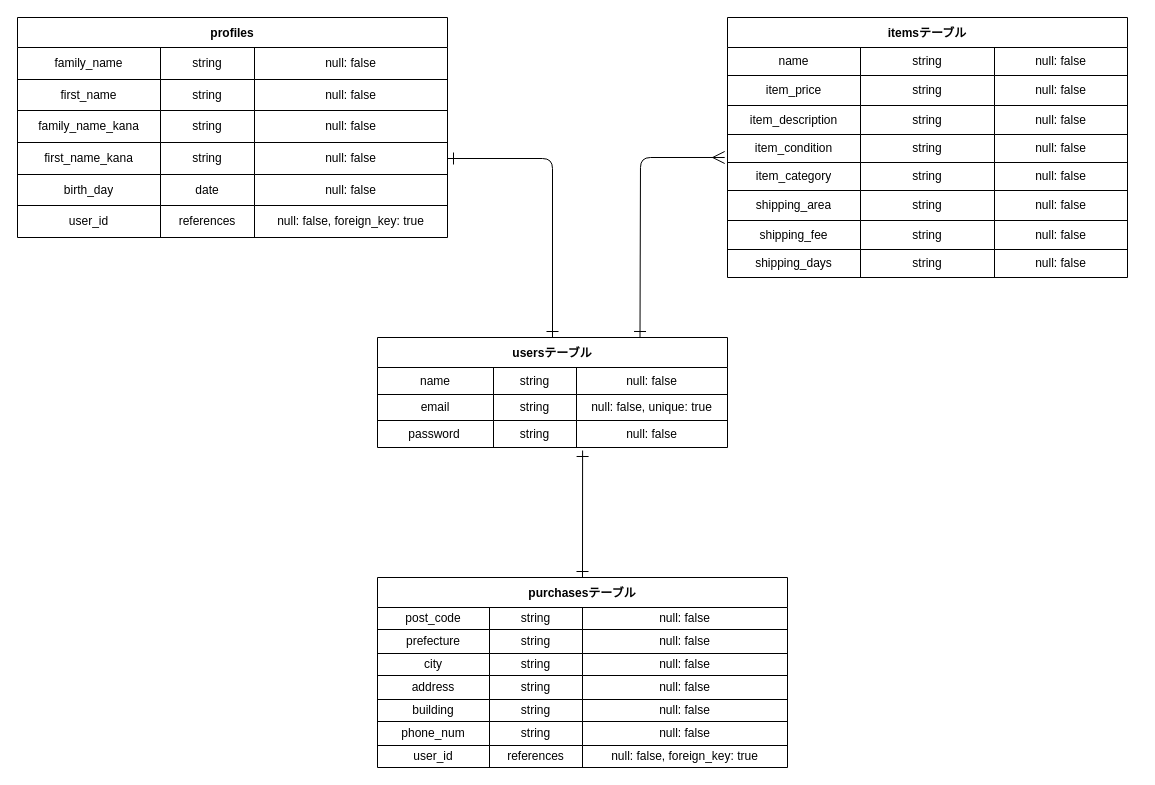
Earlier version of the draw.io diagram furima-37294.dio (ysd-hrkz/furima-37294). Source tidied: cells renumbered, new cells numbered last; positions are measured from the earlier drawing's top-left corner, leaving out a move shared by most shapes. Both pictures are drawn from the tidied source at 100%, with x=0, y=0 at pixel (17, 17).
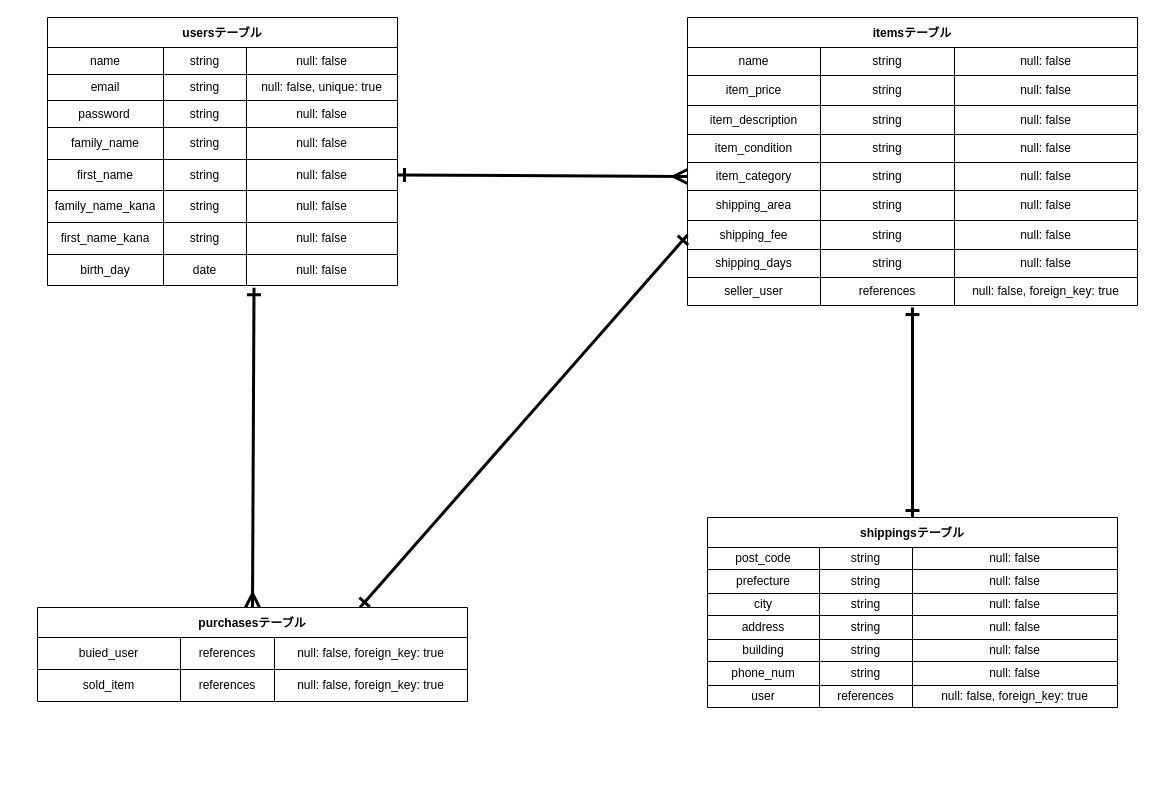
After the change.

Commit message (it also covers changes not shown here):
DB設計、ER図修正

The change refers to these unchanged cells:
```xml
<mxCell id="13" style="shape=partialRectangle;html=1;whiteSpace=wrap;fillColor=none;top=0;left=0;bottom=0;right=0;points=[[0,0.5],[1,0.5]];portConstraint=eastwest;" parent="4" vertex="1">
  <mxGeometry y="83" width="350" height="27" as="geometry" />
</mxCell>
<mxCell id="101" style="shape=partialRectangle;html=1;whiteSpace=wrap;fillColor=none;top=0;left=0;bottom=0;right=0;" parent="76" vertex="1">
  <mxGeometry y="168" width="410" height="22" as="geometry" />
</mxCell>
```

Change to the diagram source:
```diff
@@
-    <mxCell id="2" style="edgeStyle=none;html=1;exitX=0.75;exitY=0;exitDx=0;exitDy=0;entryX=-0.007;entryY=0.821;entryDx=0;entryDy=0;entryPerimeter=0;startArrow=ERone;startFill=0;endArrow=ERmany;endFill=0;strokeWidth=1;endSize=10;startSize=10;" parent="1" edge="1" source="4" target="55">
-      <mxGeometry relative="1" as="geometry">
-        <Array as="points">
-          <mxPoint x="623" y="140" />
-        </Array>
-      </mxGeometry>
-    </mxCell>
-    <mxCell id="3" style="edgeStyle=none;html=1;exitX=0.5;exitY=0;exitDx=0;exitDy=0;entryX=1;entryY=0.5;entryDx=0;entryDy=0;startArrow=ERone;startFill=0;endArrow=ERone;endFill=0;strokeWidth=1;endSize=10;startSize=10;" parent="1" edge="1" source="4" target="30">
-      <mxGeometry relative="1" as="geometry">
-        <Array as="points">
-          <mxPoint x="535" y="141" />
-        </Array>
-      </mxGeometry>
-    </mxCell>
     <mxCell id="4" value="usersテーブル" style="shape=table;startSize=30;childLayout=tableLayout;fontStyle=1;align=center;" parent="1" vertex="1">
-      <mxGeometry x="360" y="320" width="350" height="110" as="geometry" />
+      <mxGeometry x="30" width="350" height="268" as="geometry" />
     </mxCell>
@@
-    <mxCell id="17" value="profiles" style="shape=table;startSize=30;childLayout=tableLayout;fontStyle=1;align=center;" parent="1" vertex="1">
-      <mxGeometry width="430" height="220" as="geometry" />
-    </mxCell>
-    <mxCell id="18" style="shape=partialRectangle;html=1;whiteSpace=wrap;fillColor=none;top=0;left=0;bottom=0;right=0;" parent="17" vertex="1">
-      <mxGeometry y="30" width="430" height="32" as="geometry" />
+    <mxCell id="18" style="shape=partialRectangle;html=1;whiteSpace=wrap;fillColor=none;top=0;left=0;bottom=0;right=0;" parent="4" vertex="1">
+      <mxGeometry y="110" width="350" height="32" as="geometry" />
     </mxCell>
     <mxCell id="19" value="family_name" style="shape=partialRectangle;html=1;whiteSpace=wrap;fillColor=none;top=0;left=0;bottom=0;right=0;overflow=hidden;" parent="18" vertex="1">
-      <mxGeometry width="143" height="32" as="geometry" />
+      <mxGeometry width="116" height="32" as="geometry" />
     </mxCell>
     <mxCell id="20" value="string" style="shape=partialRectangle;html=1;whiteSpace=wrap;fillColor=none;top=0;left=0;bottom=0;right=0;overflow=hidden;" parent="18" vertex="1">
-      <mxGeometry x="143" width="94" height="32" as="geometry" />
+      <mxGeometry x="116" width="83" height="32" as="geometry" />
     </mxCell>
     <mxCell id="21" value="null: false" style="shape=partialRectangle;html=1;whiteSpace=wrap;fillColor=none;top=0;left=0;bottom=0;right=0;overflow=hidden;" parent="18" vertex="1">
-      <mxGeometry x="237" width="193" height="32" as="geometry" />
+      <mxGeometry x="199" width="151" height="32" as="geometry" />
     </mxCell>
-    <mxCell id="22" style="shape=partialRectangle;html=1;whiteSpace=wrap;fillColor=none;top=0;left=0;bottom=0;right=0;points=[[0,0.5],[1,0.5]];portConstraint=eastwest;" parent="17" vertex="1">
-      <mxGeometry y="62" width="430" height="31" as="geometry" />
+    <mxCell id="22" style="shape=partialRectangle;html=1;whiteSpace=wrap;fillColor=none;top=0;left=0;bottom=0;right=0;points=[[0,0.5],[1,0.5]];portConstraint=eastwest;" parent="4" vertex="1">
+      <mxGeometry y="142" width="350" height="31" as="geometry" />
     </mxCell>
     <mxCell id="23" value="first_name" style="shape=partialRectangle;html=1;whiteSpace=wrap;fillColor=none;top=0;left=0;bottom=0;right=0;overflow=hidden;" parent="22" vertex="1">
-      <mxGeometry width="143" height="31" as="geometry" />
+      <mxGeometry width="116" height="31" as="geometry" />
     </mxCell>
     <mxCell id="24" value="string" style="shape=partialRectangle;html=1;whiteSpace=wrap;fillColor=none;top=0;left=0;bottom=0;right=0;overflow=hidden;" parent="22" vertex="1">
-      <mxGeometry x="143" width="94" height="31" as="geometry" />
+      <mxGeometry x="116" width="83" height="31" as="geometry" />
     </mxCell>
     <mxCell id="25" value="&lt;span&gt;null: false&lt;/span&gt;" style="shape=partialRectangle;html=1;whiteSpace=wrap;fillColor=none;top=0;left=0;bottom=0;right=0;overflow=hidden;" parent="22" vertex="1">
-      <mxGeometry x="237" width="193" height="31" as="geometry" />
+      <mxGeometry x="199" width="151" height="31" as="geometry" />
     </mxCell>
-    <mxCell id="26" style="shape=partialRectangle;html=1;whiteSpace=wrap;fillColor=none;top=0;left=0;bottom=0;right=0;" parent="17" vertex="1">
-      <mxGeometry y="93" width="430" height="32" as="geometry" />
+    <mxCell id="26" style="shape=partialRectangle;html=1;whiteSpace=wrap;fillColor=none;top=0;left=0;bottom=0;right=0;" parent="4" vertex="1">
+      <mxGeometry y="173" width="350" height="32" as="geometry" />
     </mxCell>
     <mxCell id="27" value="family_name_kana" style="shape=partialRectangle;html=1;whiteSpace=wrap;fillColor=none;top=0;left=0;bottom=0;right=0;overflow=hidden;" parent="26" vertex="1">
-      <mxGeometry width="143" height="32" as="geometry" />
+      <mxGeometry width="116" height="32" as="geometry" />
     </mxCell>
     <mxCell id="28" value="string" style="shape=partialRectangle;html=1;whiteSpace=wrap;fillColor=none;top=0;left=0;bottom=0;right=0;overflow=hidden;" parent="26" vertex="1">
-      <mxGeometry x="143" width="94" height="32" as="geometry" />
+      <mxGeometry x="116" width="83" height="32" as="geometry" />
     </mxCell>
     <mxCell id="29" value="&lt;span&gt;null: false&lt;/span&gt;" style="shape=partialRectangle;html=1;whiteSpace=wrap;fillColor=none;top=0;left=0;bottom=0;right=0;overflow=hidden;" parent="26" vertex="1">
-      <mxGeometry x="237" width="193" height="32" as="geometry" />
+      <mxGeometry x="199" width="151" height="32" as="geometry" />
     </mxCell>
-    <mxCell id="30" style="shape=partialRectangle;html=1;whiteSpace=wrap;fillColor=none;top=0;left=0;bottom=0;right=0;points=[[0,0.5],[1,0.5]];portConstraint=eastwest;" parent="17" vertex="1">
-      <mxGeometry y="125" width="430" height="32" as="geometry" />
+    <mxCell id="30" style="shape=partialRectangle;html=1;whiteSpace=wrap;fillColor=none;top=0;left=0;bottom=0;right=0;points=[[0,0.5],[1,0.5]];portConstraint=eastwest;" parent="4" vertex="1">
+      <mxGeometry y="205" width="350" height="32" as="geometry" />
     </mxCell>
     <mxCell id="31" value="first_name_kana" style="shape=partialRectangle;html=1;whiteSpace=wrap;fillColor=none;top=0;left=0;bottom=0;right=0;overflow=hidden;" parent="30" vertex="1">
-      <mxGeometry width="143" height="32" as="geometry" />
+      <mxGeometry width="116" height="32" as="geometry" />
     </mxCell>
     <mxCell id="32" value="string" style="shape=partialRectangle;html=1;whiteSpace=wrap;fillColor=none;top=0;left=0;bottom=0;right=0;overflow=hidden;" parent="30" vertex="1">
-      <mxGeometry x="143" width="94" height="32" as="geometry" />
+      <mxGeometry x="116" width="83" height="32" as="geometry" />
     </mxCell>
     <mxCell id="33" value="&lt;span&gt;null: false&lt;/span&gt;" style="shape=partialRectangle;html=1;whiteSpace=wrap;fillColor=none;top=0;left=0;bottom=0;right=0;overflow=hidden;" parent="30" vertex="1">
-      <mxGeometry x="237" width="193" height="32" as="geometry" />
+      <mxGeometry x="199" width="151" height="32" as="geometry" />
     </mxCell>
-    <mxCell id="34" style="shape=partialRectangle;html=1;whiteSpace=wrap;fillColor=none;top=0;left=0;bottom=0;right=0;points=[[0,0.5],[1,0.5]];portConstraint=eastwest;" parent="17" vertex="1">
-      <mxGeometry y="157" width="430" height="31" as="geometry" />
+    <mxCell id="34" style="shape=partialRectangle;html=1;whiteSpace=wrap;fillColor=none;top=0;left=0;bottom=0;right=0;points=[[0,0.5],[1,0.5]];portConstraint=eastwest;" parent="4" vertex="1">
+      <mxGeometry y="237" width="350" height="31" as="geometry" />
     </mxCell>
     <mxCell id="35" value="birth_day" style="shape=partialRectangle;html=1;whiteSpace=wrap;fillColor=none;top=0;left=0;bottom=0;right=0;overflow=hidden;" parent="34" vertex="1">
-      <mxGeometry width="143" height="31" as="geometry" />
+      <mxGeometry width="116" height="31" as="geometry" />
     </mxCell>
     <mxCell id="36" value="date" style="shape=partialRectangle;html=1;whiteSpace=wrap;fillColor=none;top=0;left=0;bottom=0;right=0;overflow=hidden;" parent="34" vertex="1">
-      <mxGeometry x="143" width="94" height="31" as="geometry" />
+      <mxGeometry x="116" width="83" height="31" as="geometry" />
     </mxCell>
     <mxCell id="37" value="&lt;span&gt;null: false&lt;/span&gt;" style="shape=partialRectangle;html=1;whiteSpace=wrap;fillColor=none;top=0;left=0;bottom=0;right=0;overflow=hidden;" parent="34" vertex="1">
-      <mxGeometry x="237" width="193" height="31" as="geometry" />
+      <mxGeometry x="199" width="151" height="31" as="geometry" />
     </mxCell>
-    <mxCell id="38" style="shape=partialRectangle;html=1;whiteSpace=wrap;fillColor=none;top=0;left=0;bottom=0;right=0;" parent="17" vertex="1">
-      <mxGeometry y="188" width="430" height="32" as="geometry" />
-    </mxCell>
-    <mxCell id="39" value="user_id" style="shape=partialRectangle;html=1;whiteSpace=wrap;fillColor=none;top=0;left=0;bottom=0;right=0;overflow=hidden;" parent="38" vertex="1">
-      <mxGeometry width="143" height="32" as="geometry" />
-    </mxCell>
-    <mxCell id="40" value="references" style="shape=partialRectangle;html=1;whiteSpace=wrap;fillColor=none;top=0;left=0;bottom=0;right=0;overflow=hidden;" parent="38" vertex="1">
-      <mxGeometry x="143" width="94" height="32" as="geometry" />
-    </mxCell>
-    <mxCell id="41" value="&lt;span&gt;null: false, foreign_key: true&lt;/span&gt;" style="shape=partialRectangle;html=1;whiteSpace=wrap;fillColor=none;top=0;left=0;bottom=0;right=0;overflow=hidden;" parent="38" vertex="1">
-      <mxGeometry x="237" width="193" height="32" as="geometry" />
-    </mxCell>
+    <mxCell id="105" style="edgeStyle=none;html=1;exitX=0.5;exitY=0;exitDx=0;exitDy=0;entryX=0.59;entryY=1.075;entryDx=0;entryDy=0;entryPerimeter=0;startArrow=ERmany;startFill=0;endArrow=ERone;endFill=0;startSize=10;endSize=10;sourcePerimeterSpacing=10;targetPerimeterSpacing=10;strokeWidth=3;" parent="1" edge="1" source="17" target="34">
+      <mxGeometry relative="1" as="geometry" />
+    </mxCell>
+    <mxCell id="106" style="edgeStyle=none;html=1;exitX=0.75;exitY=0;exitDx=0;exitDy=0;entryX=0;entryY=0.5;entryDx=0;entryDy=0;startArrow=ERone;startFill=0;endArrow=ERone;endFill=0;startSize=10;endSize=10;sourcePerimeterSpacing=10;targetPerimeterSpacing=10;strokeWidth=3;" parent="1" edge="1" source="17" target="67">
+      <mxGeometry relative="1" as="geometry" />
+    </mxCell>
+    <mxCell id="17" value="purchasesテーブル" style="shape=table;startSize=30;childLayout=tableLayout;fontStyle=1;align=center;" parent="1" vertex="1">
+      <mxGeometry x="20" y="590" width="430" height="94" as="geometry" />
+    </mxCell>
+    <mxCell id="107" style="shape=partialRectangle;html=1;whiteSpace=wrap;fillColor=none;top=0;left=0;bottom=0;right=0;" parent="17" vertex="1">
+      <mxGeometry y="30" width="430" height="32" as="geometry" />
+    </mxCell>
+    <mxCell id="108" value="buied_user" style="shape=partialRectangle;html=1;whiteSpace=wrap;fillColor=none;top=0;left=0;bottom=0;right=0;overflow=hidden;" parent="107" vertex="1">
+      <mxGeometry width="143" height="32" as="geometry" />
+    </mxCell>
+    <mxCell id="109" value="references" style="shape=partialRectangle;html=1;whiteSpace=wrap;fillColor=none;top=0;left=0;bottom=0;right=0;overflow=hidden;" parent="107" vertex="1">
+      <mxGeometry x="143" width="94" height="32" as="geometry" />
+    </mxCell>
+    <mxCell id="110" value="&lt;span&gt;null: false, foreign_key: true&lt;/span&gt;" style="shape=partialRectangle;html=1;whiteSpace=wrap;fillColor=none;top=0;left=0;bottom=0;right=0;overflow=hidden;" parent="107" vertex="1">
+      <mxGeometry x="237" width="193" height="32" as="geometry" />
+    </mxCell>
+    <mxCell id="111" style="shape=partialRectangle;html=1;whiteSpace=wrap;fillColor=none;top=0;left=0;bottom=0;right=0;" parent="17" vertex="1">
+      <mxGeometry y="62" width="430" height="32" as="geometry" />
+    </mxCell>
+    <mxCell id="112" value="sold_item" style="shape=partialRectangle;html=1;whiteSpace=wrap;fillColor=none;top=0;left=0;bottom=0;right=0;overflow=hidden;" parent="111" vertex="1">
+      <mxGeometry width="143" height="32" as="geometry" />
+    </mxCell>
+    <mxCell id="113" value="references" style="shape=partialRectangle;html=1;whiteSpace=wrap;fillColor=none;top=0;left=0;bottom=0;right=0;overflow=hidden;" parent="111" vertex="1">
+      <mxGeometry x="143" width="94" height="32" as="geometry" />
+    </mxCell>
+    <mxCell id="114" value="&lt;span&gt;null: false, foreign_key: true&lt;/span&gt;" style="shape=partialRectangle;html=1;whiteSpace=wrap;fillColor=none;top=0;left=0;bottom=0;right=0;overflow=hidden;" parent="111" vertex="1">
+      <mxGeometry x="237" width="193" height="32" as="geometry" />
+    </mxCell>
     <mxCell id="42" value="itemsテーブル" style="shape=table;startSize=30;childLayout=tableLayout;fontStyle=1;align=center;" parent="1" vertex="1">
-      <mxGeometry x="710" width="400" height="260" as="geometry" />
+      <mxGeometry x="670" width="450" height="288" as="geometry" />
     </mxCell>
     <mxCell id="43" style="shape=partialRectangle;html=1;whiteSpace=wrap;fillColor=none;top=0;left=0;bottom=0;right=0;" parent="42" vertex="1">
-      <mxGeometry y="30" width="400" height="28" as="geometry" />
+      <mxGeometry y="30" width="450" height="28" as="geometry" />
     </mxCell>
@@
     <mxCell id="46" value="null: false" style="shape=partialRectangle;html=1;whiteSpace=wrap;fillColor=none;top=0;left=0;bottom=0;right=0;overflow=hidden;" parent="43" vertex="1">
-      <mxGeometry x="267" width="133" height="28" as="geometry" />
+      <mxGeometry x="267" width="183" height="28" as="geometry" />
     </mxCell>
     <mxCell id="47" style="shape=partialRectangle;html=1;whiteSpace=wrap;fillColor=none;top=0;left=0;bottom=0;right=0;" parent="42" vertex="1">
-      <mxGeometry y="58" width="400" height="30" as="geometry" />
+      <mxGeometry y="58" width="450" height="30" as="geometry" />
     </mxCell>
@@
     <mxCell id="50" value="&lt;span&gt;null: false&lt;/span&gt;" style="shape=partialRectangle;html=1;whiteSpace=wrap;fillColor=none;top=0;left=0;bottom=0;right=0;overflow=hidden;" parent="47" vertex="1">
-      <mxGeometry x="267" width="133" height="30" as="geometry" />
+      <mxGeometry x="267" width="183" height="30" as="geometry" />
     </mxCell>
     <mxCell id="51" style="shape=partialRectangle;html=1;whiteSpace=wrap;fillColor=none;top=0;left=0;bottom=0;right=0;" parent="42" vertex="1">
-      <mxGeometry y="88" width="400" height="29" as="geometry" />
+      <mxGeometry y="88" width="450" height="29" as="geometry" />
     </mxCell>
@@
     <mxCell id="54" value="&lt;span&gt;null: false&lt;/span&gt;" style="shape=partialRectangle;html=1;whiteSpace=wrap;fillColor=none;top=0;left=0;bottom=0;right=0;overflow=hidden;" parent="51" vertex="1">
-      <mxGeometry x="267" width="133" height="29" as="geometry" />
+      <mxGeometry x="267" width="183" height="29" as="geometry" />
     </mxCell>
     <mxCell id="55" style="shape=partialRectangle;html=1;whiteSpace=wrap;fillColor=none;top=0;left=0;bottom=0;right=0;points=[[0,0.5],[1,0.5]];portConstraint=eastwest;" parent="42" vertex="1">
-      <mxGeometry y="117" width="400" height="28" as="geometry" />
+      <mxGeometry y="117" width="450" height="28" as="geometry" />
     </mxCell>
@@
     <mxCell id="58" value="&lt;span&gt;null: false&lt;/span&gt;" style="shape=partialRectangle;html=1;whiteSpace=wrap;fillColor=none;top=0;left=0;bottom=0;right=0;overflow=hidden;" parent="55" vertex="1">
-      <mxGeometry x="267" width="133" height="28" as="geometry" />
+      <mxGeometry x="267" width="183" height="28" as="geometry" />
     </mxCell>
     <mxCell id="59" style="shape=partialRectangle;html=1;whiteSpace=wrap;fillColor=none;top=0;left=0;bottom=0;right=0;points=[[0,0.5],[1,0.5]];portConstraint=eastwest;" parent="42" vertex="1">
-      <mxGeometry y="145" width="400" height="28" as="geometry" />
+      <mxGeometry y="145" width="450" height="28" as="geometry" />
     </mxCell>
@@
     <mxCell id="62" value="&lt;span&gt;null: false&lt;/span&gt;" style="shape=partialRectangle;html=1;whiteSpace=wrap;fillColor=none;top=0;left=0;bottom=0;right=0;overflow=hidden;" parent="59" vertex="1">
-      <mxGeometry x="267" width="133" height="28" as="geometry" />
+      <mxGeometry x="267" width="183" height="28" as="geometry" />
     </mxCell>
     <mxCell id="63" style="shape=partialRectangle;html=1;whiteSpace=wrap;fillColor=none;top=0;left=0;bottom=0;right=0;" parent="42" vertex="1">
-      <mxGeometry y="173" width="400" height="30" as="geometry" />
+      <mxGeometry y="173" width="450" height="30" as="geometry" />
     </mxCell>
@@
     <mxCell id="66" value="&lt;span&gt;null: false&lt;/span&gt;" style="shape=partialRectangle;html=1;whiteSpace=wrap;fillColor=none;top=0;left=0;bottom=0;right=0;overflow=hidden;" parent="63" vertex="1">
-      <mxGeometry x="267" width="133" height="30" as="geometry" />
+      <mxGeometry x="267" width="183" height="30" as="geometry" />
     </mxCell>
     <mxCell id="67" style="shape=partialRectangle;html=1;whiteSpace=wrap;fillColor=none;top=0;left=0;bottom=0;right=0;points=[[0,0.5],[1,0.5]];portConstraint=eastwest;" parent="42" vertex="1">
-      <mxGeometry y="203" width="400" height="29" as="geometry" />
+      <mxGeometry y="203" width="450" height="29" as="geometry" />
     </mxCell>
@@
     <mxCell id="70" value="&lt;span&gt;null: false&lt;/span&gt;" style="shape=partialRectangle;html=1;whiteSpace=wrap;fillColor=none;top=0;left=0;bottom=0;right=0;overflow=hidden;" parent="67" vertex="1">
-      <mxGeometry x="267" width="133" height="29" as="geometry" />
+      <mxGeometry x="267" width="183" height="29" as="geometry" />
     </mxCell>
+    <mxCell id="115" style="shape=partialRectangle;html=1;whiteSpace=wrap;fillColor=none;top=0;left=0;bottom=0;right=0;" parent="42" vertex="1">
+      <mxGeometry y="232" width="450" height="28" as="geometry" />
+    </mxCell>
+    <mxCell id="116" value="shipping_days" style="shape=partialRectangle;html=1;whiteSpace=wrap;fillColor=none;top=0;left=0;bottom=0;right=0;overflow=hidden;" parent="115" vertex="1">
+      <mxGeometry width="133" height="28" as="geometry" />
+    </mxCell>
+    <mxCell id="117" value="&lt;span&gt;string&lt;/span&gt;" style="shape=partialRectangle;html=1;whiteSpace=wrap;fillColor=none;top=0;left=0;bottom=0;right=0;overflow=hidden;" parent="115" vertex="1">
+      <mxGeometry x="133" width="134" height="28" as="geometry" />
+    </mxCell>
+    <mxCell id="118" value="&lt;span&gt;null: false&lt;/span&gt;" style="shape=partialRectangle;html=1;whiteSpace=wrap;fillColor=none;top=0;left=0;bottom=0;right=0;overflow=hidden;" parent="115" vertex="1">
+      <mxGeometry x="267" width="183" height="28" as="geometry" />
+    </mxCell>
     <mxCell id="71" style="shape=partialRectangle;html=1;whiteSpace=wrap;fillColor=none;top=0;left=0;bottom=0;right=0;" parent="42" vertex="1">
-      <mxGeometry y="232" width="400" height="28" as="geometry" />
+      <mxGeometry y="260" width="450" height="28" as="geometry" />
     </mxCell>
-    <mxCell id="72" value="shipping_days" style="shape=partialRectangle;html=1;whiteSpace=wrap;fillColor=none;top=0;left=0;bottom=0;right=0;overflow=hidden;" parent="71" vertex="1">
+    <mxCell id="72" value="seller_user" style="shape=partialRectangle;html=1;whiteSpace=wrap;fillColor=none;top=0;left=0;bottom=0;right=0;overflow=hidden;" parent="71" vertex="1">
       <mxGeometry width="133" height="28" as="geometry" />
     </mxCell>
-    <mxCell id="73" value="&lt;span&gt;string&lt;/span&gt;" style="shape=partialRectangle;html=1;whiteSpace=wrap;fillColor=none;top=0;left=0;bottom=0;right=0;overflow=hidden;" parent="71" vertex="1">
+    <mxCell id="73" value="&lt;span&gt;references&lt;/span&gt;" style="shape=partialRectangle;html=1;whiteSpace=wrap;fillColor=none;top=0;left=0;bottom=0;right=0;overflow=hidden;" parent="71" vertex="1">
       <mxGeometry x="133" width="134" height="28" as="geometry" />
     </mxCell>
-    <mxCell id="74" value="&lt;span&gt;null: false&lt;/span&gt;" style="shape=partialRectangle;html=1;whiteSpace=wrap;fillColor=none;top=0;left=0;bottom=0;right=0;overflow=hidden;" parent="71" vertex="1">
-      <mxGeometry x="267" width="133" height="28" as="geometry" />
+    <mxCell id="74" value="&lt;span&gt;null: false, foreign_key: true&lt;/span&gt;" style="shape=partialRectangle;html=1;whiteSpace=wrap;fillColor=none;top=0;left=0;bottom=0;right=0;overflow=hidden;" parent="71" vertex="1">
+      <mxGeometry x="267" width="183" height="28" as="geometry" />
     </mxCell>
-    <mxCell id="75" style="edgeStyle=none;html=1;exitX=0.5;exitY=0;exitDx=0;exitDy=0;entryX=0.586;entryY=1.111;entryDx=0;entryDy=0;entryPerimeter=0;startArrow=ERone;startFill=0;endArrow=ERone;endFill=0;strokeWidth=1;endSize=10;startSize=10;" parent="1" edge="1" source="76" target="13">
-      <mxGeometry relative="1" as="geometry" />
-    </mxCell>
+    <mxCell id="119" style="edgeStyle=none;html=1;exitX=0.5;exitY=0;exitDx=0;exitDy=0;startArrow=ERone;startFill=0;endArrow=ERone;endFill=0;startSize=10;endSize=10;sourcePerimeterSpacing=10;targetPerimeterSpacing=10;strokeWidth=3;" parent="1" edge="1" source="76">
+      <mxGeometry relative="1" as="geometry">
+        <mxPoint x="895" y="290" as="targetPoint" />
+      </mxGeometry>
+    </mxCell>
-    <mxCell id="76" value="purchasesテーブル" style="shape=table;startSize=30;childLayout=tableLayout;fontStyle=1;align=center;" parent="1" vertex="1">
-      <mxGeometry x="360" y="560" width="410" height="190" as="geometry" />
+    <mxCell id="76" value="shippingsテーブル" style="shape=table;startSize=30;childLayout=tableLayout;fontStyle=1;align=center;" parent="1" vertex="1">
+      <mxGeometry x="690" y="500" width="410" height="190" as="geometry" />
     </mxCell>
@@
-    <mxCell id="102" value="user_id" style="shape=partialRectangle;html=1;whiteSpace=wrap;fillColor=none;top=0;left=0;bottom=0;right=0;overflow=hidden;" parent="101" vertex="1">
+    <mxCell id="102" value="user" style="shape=partialRectangle;html=1;whiteSpace=wrap;fillColor=none;top=0;left=0;bottom=0;right=0;overflow=hidden;" parent="101" vertex="1">
       <mxGeometry width="112" height="22" as="geometry" />
     </mxCell>
@@
+    <mxCell id="120" style="edgeStyle=none;html=1;exitX=1;exitY=0.5;exitDx=0;exitDy=0;entryX=0;entryY=0.5;entryDx=0;entryDy=0;startArrow=ERone;startFill=0;endArrow=ERmany;endFill=0;startSize=10;endSize=10;sourcePerimeterSpacing=10;targetPerimeterSpacing=10;strokeWidth=3;" parent="1" edge="1" source="22" target="59">
+      <mxGeometry relative="1" as="geometry" />
+    </mxCell>
```
